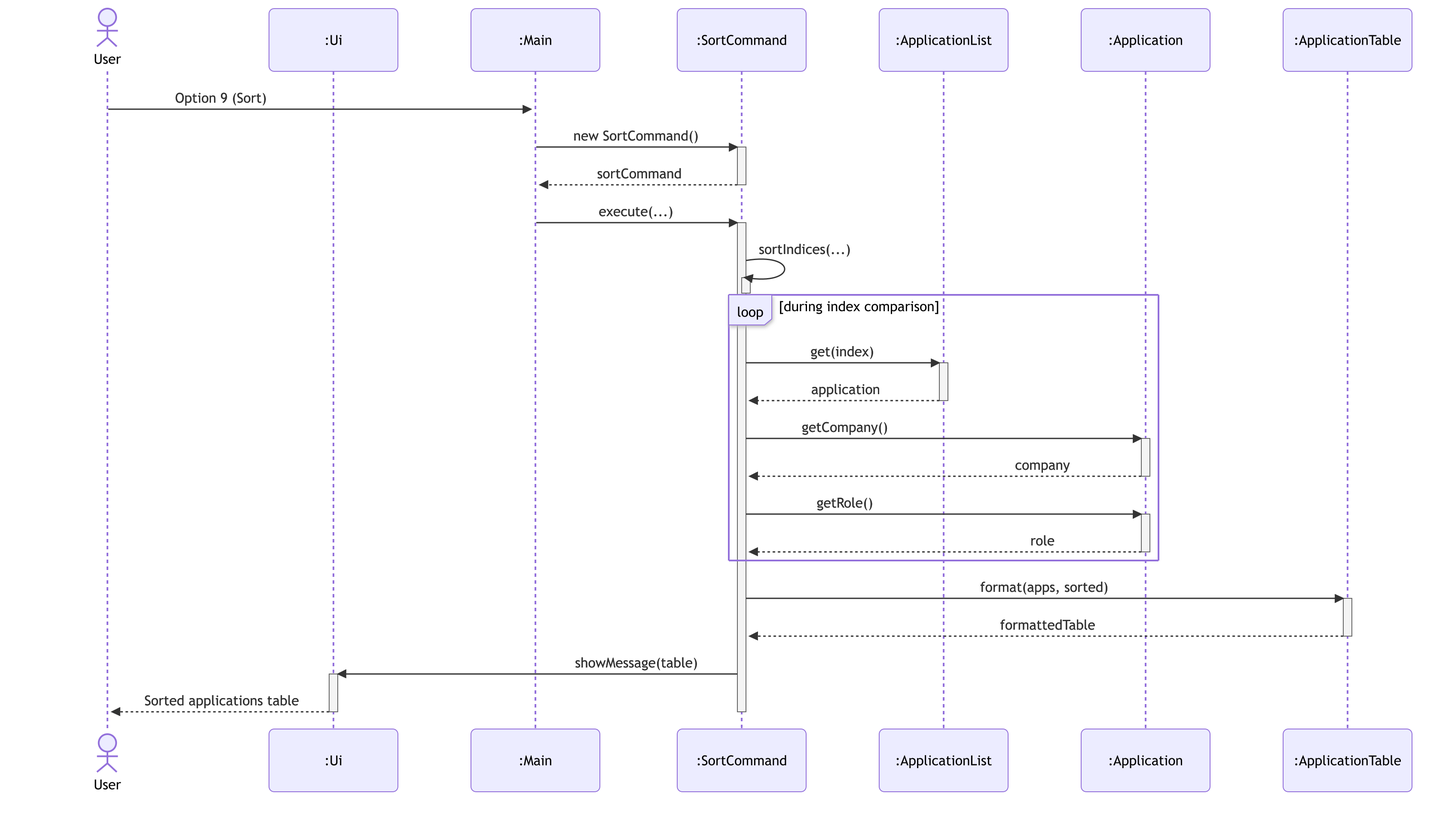
Above: docs/diagrams/sort-sequence.png in AY2627S1-CS2113-T10-2/tp (Mermaid), before the change. Its source is kept beside it as docs/diagrams/sources/sort-sequence.mmd.
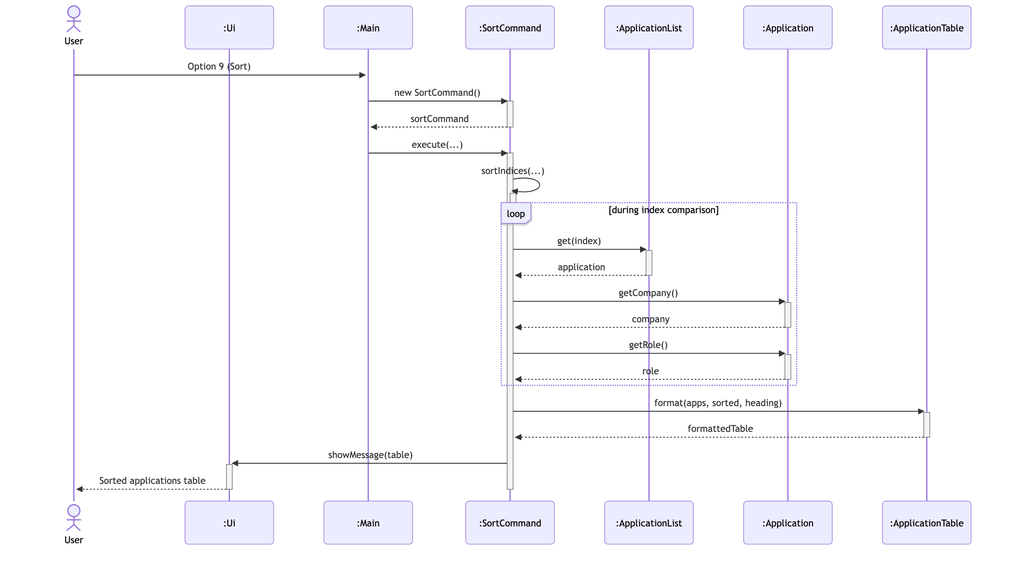
The same file after the commit.

What changed in the source:
```diff
@@ -35,7 +35,7 @@
         deactivate app
     end
 
-    cmd->>table: format(apps, sorted)
+    cmd->>table: format(apps, sorted, heading)
     activate table
     table-->>cmd: formattedTable
     deactivate table
```
